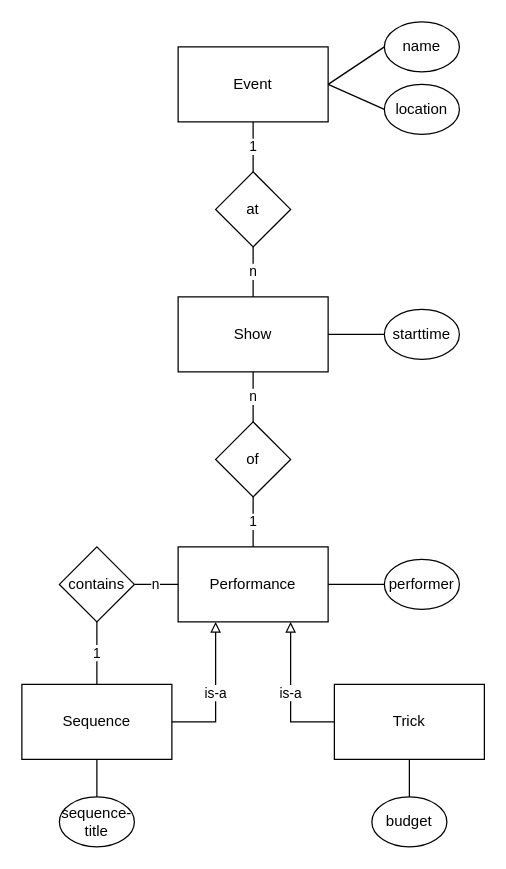
Earlier version of the draw.io diagram wp1_design/erd.drawio (eglisi1/project-x). Source tidied: cells renumbered, new cells numbered last; positions are measured from the earlier drawing's top-left corner, leaving out a move shared by most shapes. Both pictures are drawn from the tidied source at 125%, with x=0, y=0 at pixel (21, 21).
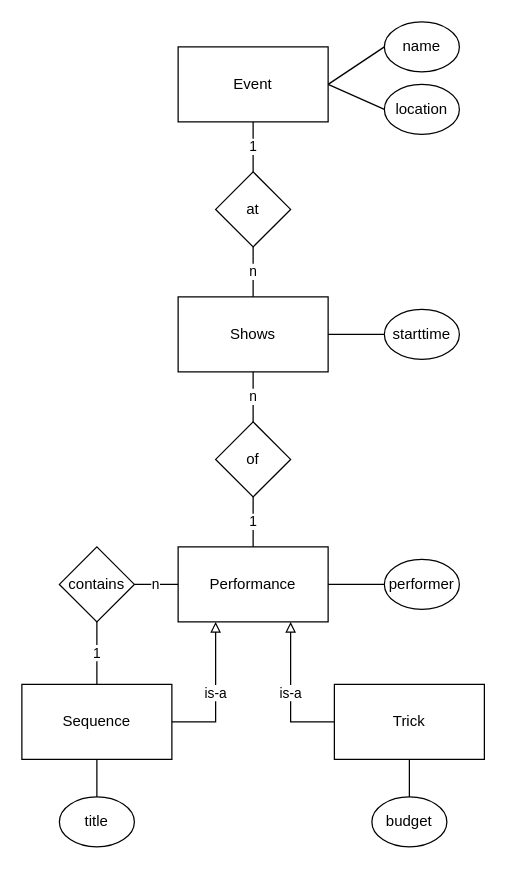
After the change.

Diff of the diagram source:
```diff
@@
-    <mxCell id="9" value="Show" style="rounded=0;whiteSpace=wrap;html=1;" parent="1" vertex="1">
+    <mxCell id="9" value="Shows" style="rounded=0;whiteSpace=wrap;html=1;" parent="1" vertex="1">
       <mxGeometry x="125" y="220" width="120" height="60" as="geometry" />
     </mxCell>
@@
-    <mxCell id="29" value="sequence-title" style="ellipse;whiteSpace=wrap;html=1;" parent="1" vertex="1">
+    <mxCell id="29" value="title" style="ellipse;whiteSpace=wrap;html=1;" parent="1" vertex="1">
       <mxGeometry x="30" y="620" width="60" height="40" as="geometry" />
     </mxCell>
```
